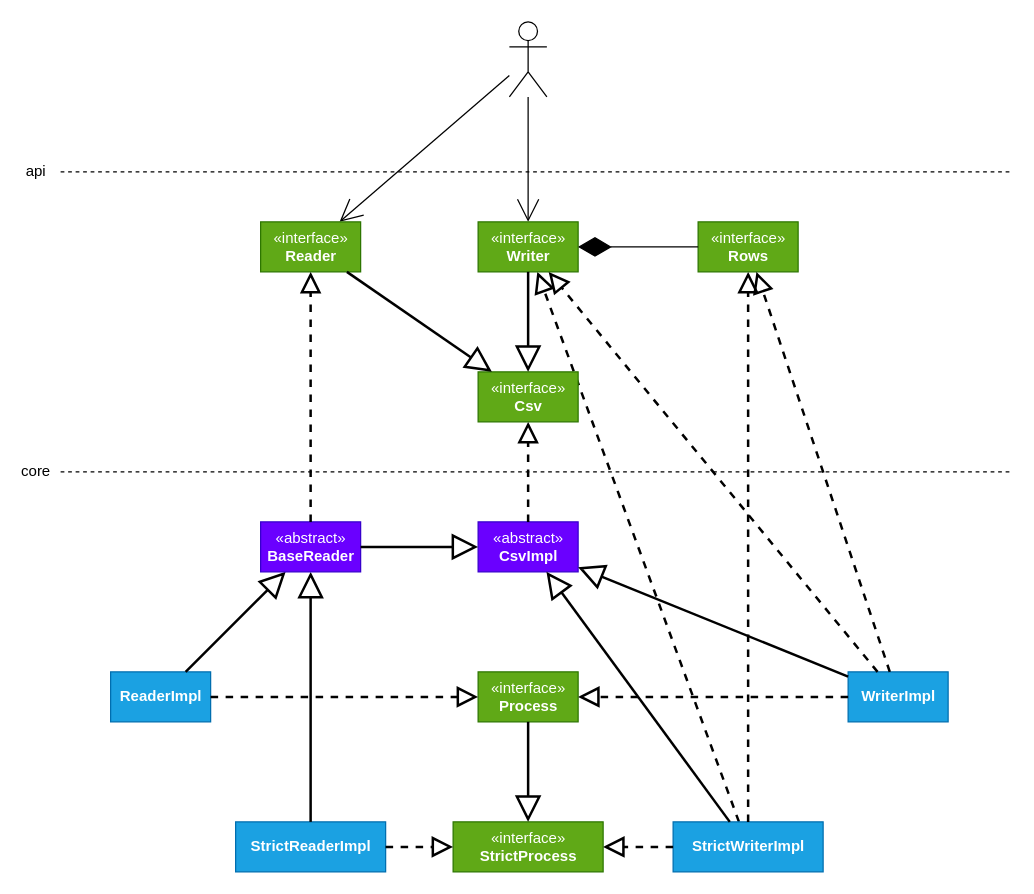
This is docs/type-system.drawio from kotools/types, a draw.io file, before an edit. Source tidied: cells renumbered, new cells numbered last; positions are measured from the earlier drawing's top-left corner, leaving out a move shared by most shapes. Both pictures are drawn from the tidied source at 125%, with x=0, y=0 at pixel (60, 21).
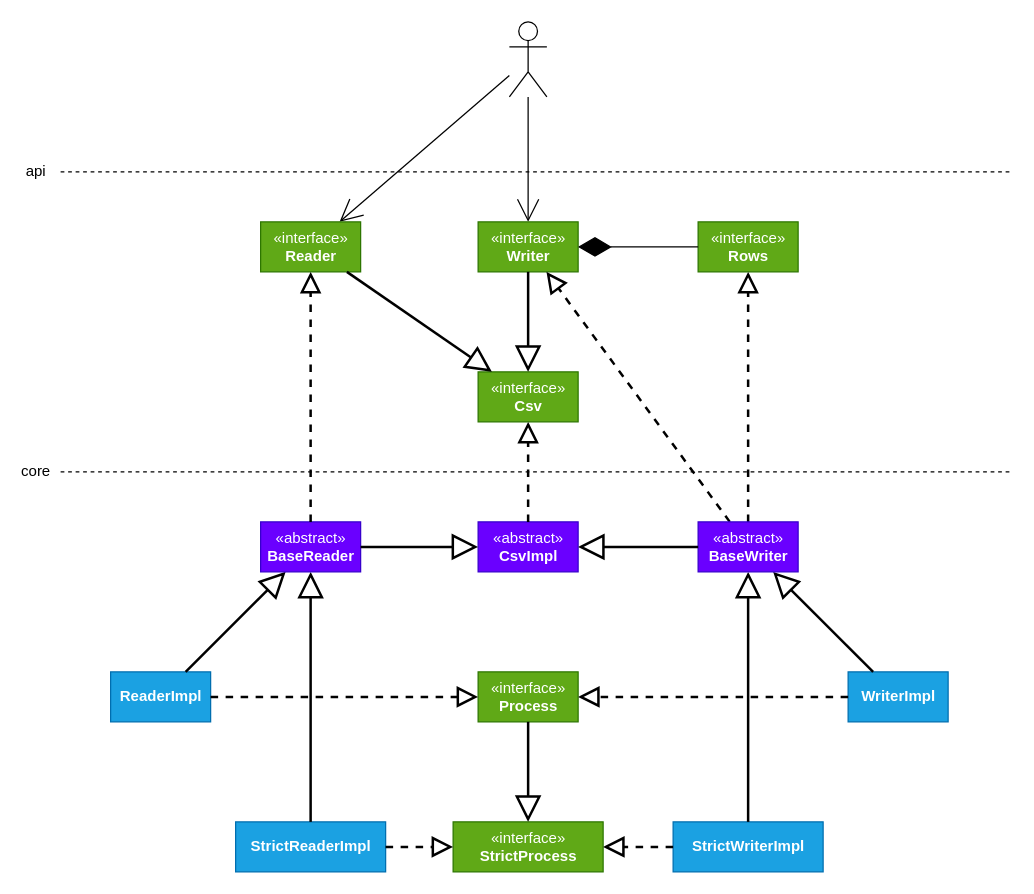
After the change.

Commit message:
docs(#14): update type system diagram

The change refers to these unchanged cells:
```xml
<mxCell id="7" value="«interface»&lt;br&gt;&lt;b&gt;Writer&lt;/b&gt;" style="html=1;fillColor=#60a917;fontColor=#ffffff;strokeColor=#2D7600;" parent="1" vertex="1">
  <mxGeometry x="334" y="160" width="80" height="40" as="geometry" />
</mxCell>
<mxCell id="10" value="«abstract»&lt;br&gt;&lt;b&gt;CsvImpl&lt;/b&gt;" style="html=1;fillColor=#6a00ff;fontColor=#ffffff;strokeColor=#3700CC;" parent="1" vertex="1">
  <mxGeometry x="334" y="400" width="80" height="40" as="geometry" />
</mxCell>
<mxCell id="19" value="«interface»&lt;br&gt;&lt;b&gt;Rows&lt;/b&gt;" style="html=1;fillColor=#60a917;fontColor=#ffffff;strokeColor=#2D7600;" parent="1" vertex="1">
  <mxGeometry x="510" y="160" width="80" height="40" as="geometry" />
</mxCell>
<mxCell id="21" value="&lt;b&gt;WriterImpl&lt;/b&gt;" style="html=1;fillColor=#1ba1e2;fontColor=#ffffff;strokeColor=#006EAF;" parent="1" vertex="1">
  <mxGeometry x="630" y="520" width="80" height="40" as="geometry" />
</mxCell>
<mxCell id="28" value="&lt;b&gt;StrictWriterImpl&lt;/b&gt;" style="html=1;fillColor=#1ba1e2;fontColor=#ffffff;strokeColor=#006EAF;" parent="1" vertex="1">
  <mxGeometry x="490" y="640" width="120" height="40" as="geometry" />
</mxCell>
```

What changed in the source:
```diff
@@
-    <mxCell id="2" style="endArrow=block;dashed=1;endFill=0;endSize=12;html=1;rounded=0;fontSize=12;strokeWidth=2;" parent="1" edge="1" source="28" target="7">
-      <mxGeometry relative="1" as="geometry" />
-    </mxCell>
@@
-    <mxCell id="22" style="endArrow=block;endSize=16;endFill=0;html=1;rounded=0;fontSize=12;strokeWidth=2;" parent="1" edge="1" source="21" target="10">
+    <mxCell id="22" style="endArrow=block;endSize=16;endFill=0;html=1;rounded=0;fontSize=12;strokeWidth=2;" parent="1" edge="1" source="21" target="38">
       <mxGeometry relative="1" as="geometry" />
     </mxCell>
@@
-    <mxCell id="24" style="endArrow=block;dashed=1;endFill=0;endSize=12;html=1;rounded=0;fontSize=12;strokeWidth=2;" parent="1" edge="1" source="21" target="19">
+    <mxCell id="24" style="endArrow=block;dashed=1;endFill=0;endSize=12;html=1;rounded=0;fontSize=12;strokeWidth=2;" parent="1" edge="1" source="38" target="19">
       <mxGeometry relative="1" as="geometry" />
     </mxCell>
-    <mxCell id="25" style="endArrow=block;dashed=1;endFill=0;endSize=12;html=1;rounded=0;fontSize=12;strokeWidth=2;" parent="1" edge="1" source="21" target="7">
+    <mxCell id="25" style="endArrow=block;dashed=1;endFill=0;endSize=12;html=1;rounded=0;fontSize=12;strokeWidth=2;" parent="1" edge="1" source="38" target="7">
       <mxGeometry relative="1" as="geometry" />
     </mxCell>
@@
-    <mxCell id="32" style="endArrow=block;endSize=16;endFill=0;html=1;rounded=0;fontSize=12;strokeWidth=2;" parent="1" edge="1" source="28" target="10">
+    <mxCell id="32" style="endArrow=block;endSize=16;endFill=0;html=1;rounded=0;fontSize=12;strokeWidth=2;" parent="1" edge="1" source="28" target="38">
       <mxGeometry relative="1" as="geometry" />
     </mxCell>
-    <mxCell id="33" style="endArrow=block;dashed=1;endFill=0;endSize=12;html=1;rounded=0;fontSize=12;strokeWidth=2;" parent="1" edge="1" source="28" target="19">
-      <mxGeometry relative="1" as="geometry" />
-    </mxCell>
@@
+    <mxCell id="38" value="«abstract»&lt;br&gt;&lt;b&gt;BaseWriter&lt;/b&gt;" style="html=1;fillColor=#6a00ff;fontColor=#ffffff;strokeColor=#3700CC;" parent="1" vertex="1">
+      <mxGeometry x="510" y="400" width="80" height="40" as="geometry" />
+    </mxCell>
+    <mxCell id="39" style="endArrow=block;endSize=16;endFill=0;html=1;rounded=0;fontSize=12;strokeWidth=2;" parent="1" edge="1" source="38" target="10">
+      <mxGeometry relative="1" as="geometry" />
+    </mxCell>
```
